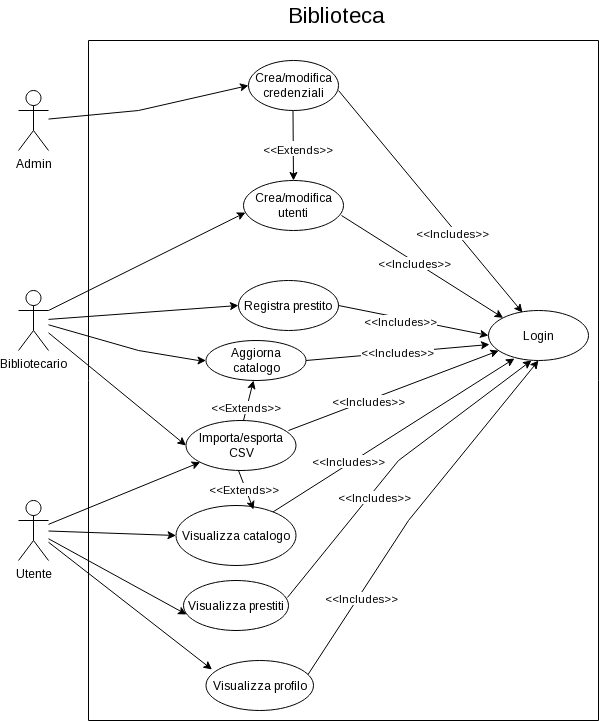
Before: Deliverables/UseCaseDiagram.png, a diagram exported from draw.io (VanackSabbadium/BibliotecaISPW). Source tidied: cells renumbered, new cells last; positions are measured from the earlier drawing's top-left corner, leaving out a move shared by most shapes. Source of this version:
```xml
<mxGraphModel>
  <root>
    <mxCell id="0" />
    <mxCell id="1" parent="0" />
    <mxCell id="2" value="Admin" style="shape=umlActor;verticalLabelPosition=bottom;verticalAlign=top;html=1;" parent="1" vertex="1">
      <mxGeometry y="90" width="30" height="60" as="geometry" />
    </mxCell>
    <mxCell id="3" value="Bibliotecario" style="shape=umlActor;verticalLabelPosition=bottom;verticalAlign=top;html=1;" parent="1" vertex="1">
      <mxGeometry y="290" width="30" height="60" as="geometry" />
    </mxCell>
    <mxCell id="4" value="Utente" style="shape=umlActor;verticalLabelPosition=bottom;verticalAlign=top;html=1;" parent="1" vertex="1">
      <mxGeometry y="500" width="30" height="60" as="geometry" />
    </mxCell>
    <mxCell id="5" value="Login" style="ellipse;whiteSpace=wrap;html=1;" parent="1" vertex="1">
      <mxGeometry x="470" y="310" width="100" height="50" as="geometry" />
    </mxCell>
    <mxCell id="6" value="Crea/modifica credenziali" style="ellipse;whiteSpace=wrap;html=1;" parent="1" vertex="1">
      <mxGeometry x="230" y="60" width="90" height="50" as="geometry" />
    </mxCell>
    <mxCell id="7" value="Crea/modifica utenti" style="ellipse;whiteSpace=wrap;html=1;" parent="1" vertex="1">
      <mxGeometry x="225" y="180" width="100" height="50" as="geometry" />
    </mxCell>
    <mxCell id="8" value="Aggiorna catalogo" style="ellipse;whiteSpace=wrap;html=1;" parent="1" vertex="1">
      <mxGeometry x="187.5" y="340" width="100" height="40" as="geometry" />
    </mxCell>
    <mxCell id="9" style="endArrow=classic;html=1;rounded=0;entryX=0;entryY=0.5;entryDx=0;entryDy=0;" parent="1" edge="1" source="2" target="6">
      <mxGeometry relative="1" as="geometry">
        <Array as="points">
          <mxPoint x="120" y="110" />
        </Array>
      </mxGeometry>
    </mxCell>
    <mxCell id="10" style="endArrow=classic;html=1;rounded=0;entryX=0.02;entryY=0.64;entryDx=0;entryDy=0;entryPerimeter=0;jumpStyle=arc;jumpSize=9;exitX=1;exitY=0.3333333333333333;exitDx=0;exitDy=0;exitPerimeter=0;" parent="1" edge="1" source="3" target="7">
      <mxGeometry relative="1" as="geometry" />
    </mxCell>
    <mxCell id="11" style="endArrow=classic;html=1;rounded=0;entryX=0.5;entryY=0;entryDx=0;entryDy=0;" parent="1" edge="1" target="7">
      <mxGeometry relative="1" as="geometry">
        <mxPoint x="274.5" y="110" as="sourcePoint" />
      </mxGeometry>
    </mxCell>
    <mxCell id="12" value="Text" style="edgeLabel;html=1;align=center;verticalAlign=middle;" parent="11" vertex="1">
      <mxGeometry x="0.05" y="1" relative="1" as="geometry" />
    </mxCell>
    <mxCell id="13" value="&amp;lt;&amp;lt;Extends&amp;gt;&amp;gt;" style="edgeLabel;html=1;align=center;verticalAlign=middle;" parent="11" vertex="1">
      <mxGeometry x="0.11" y="4" relative="1" as="geometry" />
    </mxCell>
    <mxCell id="14" value="Registra prestito" style="ellipse;whiteSpace=wrap;html=1;" parent="1" vertex="1">
      <mxGeometry x="220" y="280" width="100" height="50" as="geometry" />
    </mxCell>
    <mxCell id="15" style="endArrow=classic;html=1;rounded=0;jumpStyle=arc;jumpSize=8;" parent="1" edge="1" source="3" target="8">
      <mxGeometry relative="1" as="geometry">
        <Array as="points">
          <mxPoint x="120" y="350" />
          <mxPoint x="180" y="360" />
        </Array>
      </mxGeometry>
    </mxCell>
    <mxCell id="16" style="endArrow=classic;html=1;rounded=0;entryX=0;entryY=0.5;entryDx=0;entryDy=0;jumpStyle=arc;jumpSize=8;" parent="1" edge="1" source="3" target="14">
      <mxGeometry relative="1" as="geometry" />
    </mxCell>
    <mxCell id="17" value="Visualizza prestiti" style="ellipse;whiteSpace=wrap;html=1;" parent="1" vertex="1">
      <mxGeometry x="165" y="580" width="105" height="50" as="geometry" />
    </mxCell>
    <mxCell id="18" style="endArrow=classic;html=1;rounded=0;entryX=0.029;entryY=0.68;entryDx=0;entryDy=0;entryPerimeter=0;" parent="1" edge="1" source="4" target="17">
      <mxGeometry relative="1" as="geometry" />
    </mxCell>
    <mxCell id="19" value="Visualizza catalogo" style="ellipse;whiteSpace=wrap;html=1;" parent="1" vertex="1">
      <mxGeometry x="157.5" y="505" width="120" height="60" as="geometry" />
    </mxCell>
    <mxCell id="20" style="endArrow=classic;html=1;rounded=0;entryX=0;entryY=0.5;entryDx=0;entryDy=0;" parent="1" edge="1" source="4" target="19">
      <mxGeometry relative="1" as="geometry" />
    </mxCell>
    <mxCell id="21" value="Visualizza profilo" style="ellipse;whiteSpace=wrap;html=1;" parent="1" vertex="1">
      <mxGeometry x="187.5" y="660" width="107.5" height="50" as="geometry" />
    </mxCell>
    <mxCell id="22" style="endArrow=classic;html=1;rounded=0;entryX=0.056;entryY=0.18;entryDx=0;entryDy=0;entryPerimeter=0;" parent="1" edge="1" source="4" target="21">
      <mxGeometry relative="1" as="geometry" />
    </mxCell>
    <mxCell id="23" style="endArrow=classic;html=1;rounded=0;entryX=0.34;entryY=0.04;entryDx=0;entryDy=0;entryPerimeter=0;" parent="1" edge="1" target="5">
      <mxGeometry relative="1" as="geometry">
        <mxPoint x="320" y="90" as="sourcePoint" />
      </mxGeometry>
    </mxCell>
    <mxCell id="24" value="&amp;lt;&amp;lt;Includes&amp;gt;&amp;gt;" style="edgeLabel;html=1;align=center;verticalAlign=middle;" parent="23" vertex="1">
      <mxGeometry x="0.26" y="-3" relative="1" as="geometry" />
    </mxCell>
    <mxCell id="25" style="endArrow=classic;html=1;rounded=0;entryX=0;entryY=0;entryDx=0;entryDy=0;exitX=0.98;exitY=0.7;exitDx=0;exitDy=0;exitPerimeter=0;" parent="1" edge="1" source="7" target="5">
      <mxGeometry relative="1" as="geometry" />
    </mxCell>
    <mxCell id="26" value="&amp;lt;&amp;lt;Includes&amp;gt;&amp;gt;" style="edgeLabel;html=1;align=center;verticalAlign=middle;" parent="25" vertex="1">
      <mxGeometry x="-0.09" y="-2" relative="1" as="geometry">
        <mxPoint y="-1" as="offset" />
      </mxGeometry>
    </mxCell>
    <mxCell id="27" style="endArrow=classic;html=1;rounded=0;entryX=0.01;entryY=0.68;entryDx=0;entryDy=0;entryPerimeter=0;exitX=1;exitY=0.5;exitDx=0;exitDy=0;" parent="1" edge="1" source="8" target="5">
      <mxGeometry relative="1" as="geometry" />
    </mxCell>
    <mxCell id="28" value="&amp;lt;&amp;lt;Includes&amp;gt;&amp;gt;" style="edgeLabel;html=1;align=center;verticalAlign=middle;" parent="27" vertex="1">
      <mxGeometry x="-0.01" y="1" relative="1" as="geometry" />
    </mxCell>
    <mxCell id="29" style="endArrow=classic;html=1;rounded=0;entryX=0;entryY=0.5;entryDx=0;entryDy=0;exitX=1;exitY=0.5;exitDx=0;exitDy=0;" parent="1" edge="1" source="14" target="5">
      <mxGeometry relative="1" as="geometry" />
    </mxCell>
    <mxCell id="30" value="&amp;lt;&amp;lt;Includes&amp;gt;&amp;gt;" style="edgeLabel;html=1;align=center;verticalAlign=middle;" parent="29" vertex="1">
      <mxGeometry x="-0.17" y="-3" relative="1" as="geometry" />
    </mxCell>
    <mxCell id="31" style="endArrow=classic;html=1;rounded=0;entryX=0.43;entryY=1;entryDx=0;entryDy=0;entryPerimeter=0;exitX=0.99;exitY=0.34;exitDx=0;exitDy=0;exitPerimeter=0;" parent="1" edge="1" source="17" target="5">
      <mxGeometry relative="1" as="geometry">
        <Array as="points">
          <mxPoint x="380" y="460" />
        </Array>
      </mxGeometry>
    </mxCell>
    <mxCell id="32" value="&amp;lt;&amp;lt;Includes&amp;gt;&amp;gt;" style="edgeLabel;html=1;align=center;verticalAlign=middle;" parent="31" vertex="1">
      <mxGeometry x="-0.23" y="-4" relative="1" as="geometry" />
    </mxCell>
    <mxCell id="33" style="endArrow=classic;html=1;rounded=0;entryX=0.26;entryY=0.96;entryDx=0;entryDy=0;entryPerimeter=0;" parent="1" edge="1" source="19" target="5">
      <mxGeometry relative="1" as="geometry" />
    </mxCell>
    <mxCell id="34" value="&amp;lt;&amp;lt;Includes&amp;gt;&amp;gt;" style="edgeLabel;html=1;align=center;verticalAlign=middle;" parent="33" vertex="1">
      <mxGeometry x="-0.12" y="-3" relative="1" as="geometry">
        <mxPoint x="-33" y="14" as="offset" />
      </mxGeometry>
    </mxCell>
    <mxCell id="35" style="endArrow=classic;html=1;rounded=0;entryX=0.5;entryY=1;entryDx=0;entryDy=0;exitX=0.949;exitY=0.28;exitDx=0;exitDy=0;exitPerimeter=0;" parent="1" edge="1" source="21" target="5">
      <mxGeometry relative="1" as="geometry">
        <Array as="points">
          <mxPoint x="390" y="520" />
        </Array>
      </mxGeometry>
    </mxCell>
    <mxCell id="36" value="&amp;lt;&amp;lt;Includes&amp;gt;&amp;gt;" style="edgeLabel;html=1;align=center;verticalAlign=middle;" parent="35" vertex="1">
      <mxGeometry x="-0.52" y="-2" relative="1" as="geometry" />
    </mxCell>
    <mxCell id="37" value="Importa/esporta CSV" style="ellipse;whiteSpace=wrap;html=1;" parent="1" vertex="1">
      <mxGeometry x="167.5" y="420" width="110" height="50" as="geometry" />
    </mxCell>
    <mxCell id="38" style="endArrow=classic;html=1;rounded=0;entryX=0;entryY=0.5;entryDx=0;entryDy=0;" parent="1" edge="1" source="3" target="37">
      <mxGeometry relative="1" as="geometry" />
    </mxCell>
    <mxCell id="39" style="endArrow=classic;html=1;rounded=0;" parent="1" edge="1" source="4" target="37">
      <mxGeometry relative="1" as="geometry" />
    </mxCell>
    <mxCell id="40" style="endArrow=classic;html=1;rounded=0;" parent="1" edge="1">
      <mxGeometry relative="1" as="geometry">
        <mxPoint x="225" y="420" as="sourcePoint" />
        <mxPoint x="235" y="380" as="targetPoint" />
      </mxGeometry>
    </mxCell>
    <mxCell id="41" value="&amp;lt;&amp;lt;Extends&amp;gt;&amp;gt;" style="edgeLabel;html=1;align=center;verticalAlign=middle;" parent="40" vertex="1">
      <mxGeometry x="-0.38" y="2" relative="1" as="geometry" />
    </mxCell>
    <mxCell id="42" style="endArrow=classic;html=1;rounded=0;entryX=0.646;entryY=0.067;entryDx=0;entryDy=0;entryPerimeter=0;" parent="1" edge="1" target="19">
      <mxGeometry relative="1" as="geometry">
        <mxPoint x="220" y="470" as="sourcePoint" />
      </mxGeometry>
    </mxCell>
    <mxCell id="43" value="&amp;lt;&amp;lt;Extends&amp;gt;&amp;gt;" style="edgeLabel;html=1;align=center;verticalAlign=middle;" parent="42" vertex="1">
      <mxGeometry x="-0.11" y="-2" relative="1" as="geometry" />
    </mxCell>
    <mxCell id="44" style="endArrow=classic;html=1;rounded=0;exitX=0.932;exitY=0.2;exitDx=0;exitDy=0;exitPerimeter=0;" parent="1" edge="1" source="37" target="5">
      <mxGeometry relative="1" as="geometry" />
    </mxCell>
    <mxCell id="45" value="&amp;lt;&amp;lt;Includes&amp;gt;&amp;gt;" style="edgeLabel;html=1;align=center;verticalAlign=middle;" parent="44" vertex="1">
      <mxGeometry x="-0.24" y="-1" relative="1" as="geometry" />
    </mxCell>
    <mxCell id="46" style="swimlane;startSize=0;" parent="1" vertex="1">
      <mxGeometry x="70" y="40" width="510" height="680" as="geometry" />
    </mxCell>
    <mxCell id="47" value="&lt;font style=&quot;font-size: 22px;&quot;&gt;Biblioteca&lt;/font&gt;" style="text;html=1;whiteSpace=wrap;strokeColor=none;fillColor=none;align=center;verticalAlign=middle;rounded=0;" parent="1" vertex="1">
      <mxGeometry x="287.5" width="60" height="30" as="geometry" />
    </mxCell>
  </root>
</mxGraphModel>
```
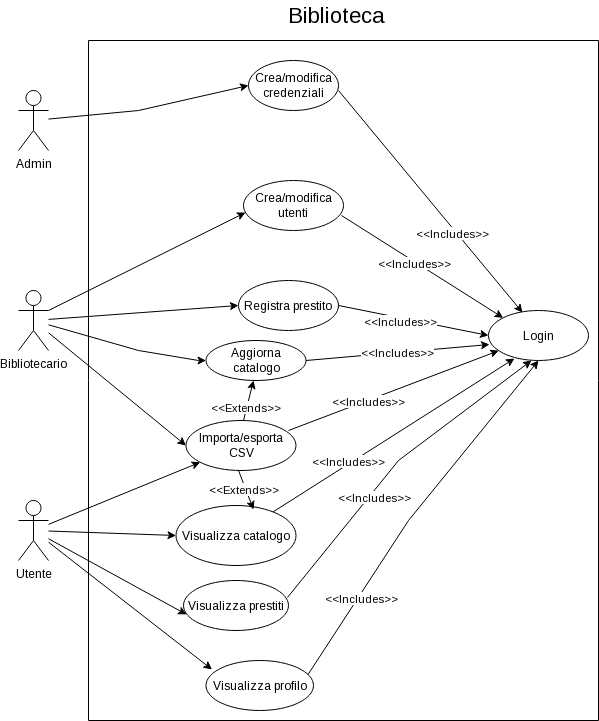
Above is the later version.

What changed in the source:
```diff
@@ -33,17 +33,6 @@
     <mxCell id="10" style="endArrow=classic;html=1;rounded=0;entryX=0.02;entryY=0.64;entryDx=0;entryDy=0;entryPerimeter=0;jumpStyle=arc;jumpSize=9;exitX=1;exitY=0.3333333333333333;exitDx=0;exitDy=0;exitPerimeter=0;" parent="1" edge="1" source="3" target="7">
       <mxGeometry relative="1" as="geometry" />
     </mxCell>
-    <mxCell id="11" style="endArrow=classic;html=1;rounded=0;entryX=0.5;entryY=0;entryDx=0;entryDy=0;" parent="1" edge="1" target="7">
-      <mxGeometry relative="1" as="geometry">
-        <mxPoint x="274.5" y="110" as="sourcePoint" />
-      </mxGeometry>
-    </mxCell>
-    <mxCell id="12" value="Text" style="edgeLabel;html=1;align=center;verticalAlign=middle;" parent="11" vertex="1">
-      <mxGeometry x="0.05" y="1" relative="1" as="geometry" />
-    </mxCell>
-    <mxCell id="13" value="&amp;lt;&amp;lt;Extends&amp;gt;&amp;gt;" style="edgeLabel;html=1;align=center;verticalAlign=middle;" parent="11" vertex="1">
-      <mxGeometry x="0.11" y="4" relative="1" as="geometry" />
-    </mxCell>
     <mxCell id="14" value="Registra prestito" style="ellipse;whiteSpace=wrap;html=1;" parent="1" vertex="1">
       <mxGeometry x="220" y="280" width="100" height="50" as="geometry" />
     </mxCell>
```
